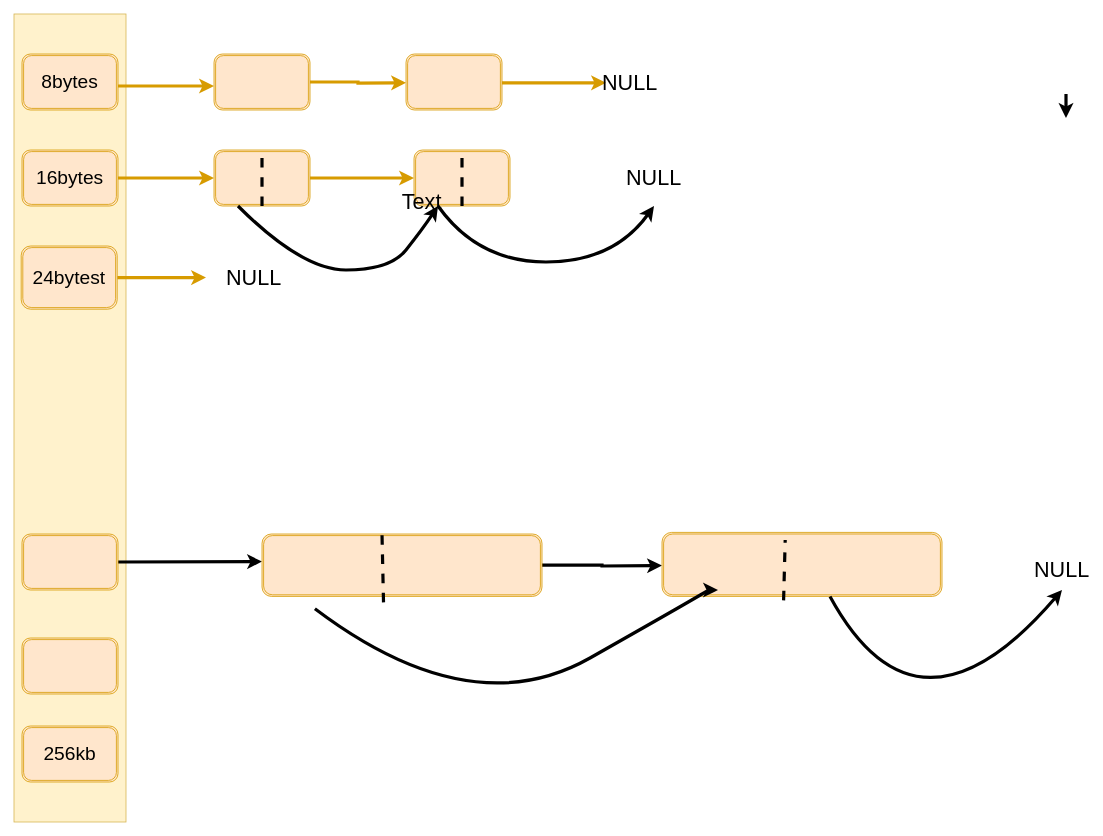
The draw.io diagram img/Untitled Diagram.drawio in qingyan520/Cloud_img, before the edit. Source tidied: cells renumbered, new cells numbered last; positions are measured from the earlier drawing's top-left corner, leaving out a move shared by most shapes. Both pictures are drawn from the tidied source at 80%, with x=0, y=0 at pixel (14, 14).
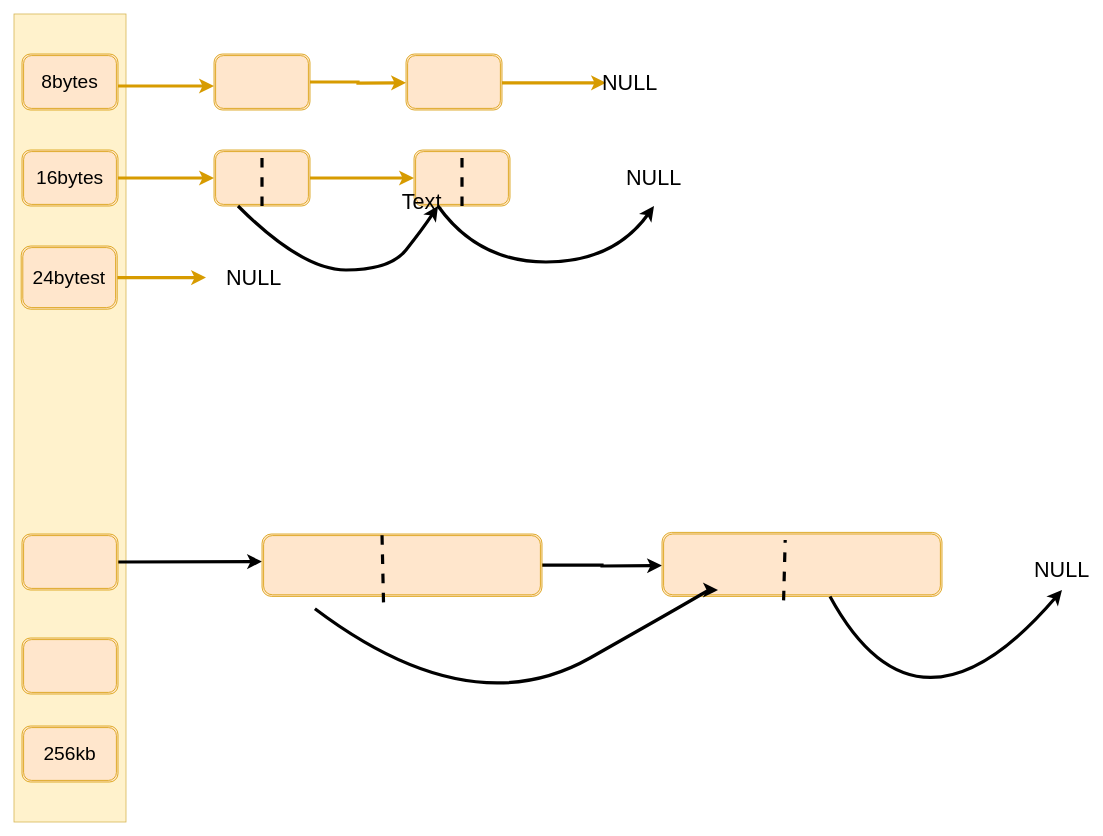
The same diagram, later.

The edit, as a diff of the source:
```diff
@@
-    <mxCell id="36" style="edgeStyle=orthogonalEdgeStyle;rounded=0;orthogonalLoop=1;jettySize=auto;html=1;exitX=0.75;exitY=0;exitDx=0;exitDy=0;entryX=0.75;entryY=1;entryDx=0;entryDy=0;fontSize=27;strokeWidth=4;" parent="1" edge="1">
-      <mxGeometry relative="1" as="geometry">
-        <mxPoint x="1315" y="100" as="sourcePoint" />
-        <mxPoint x="1315" y="130" as="targetPoint" />
-      </mxGeometry>
-    </mxCell>
```
